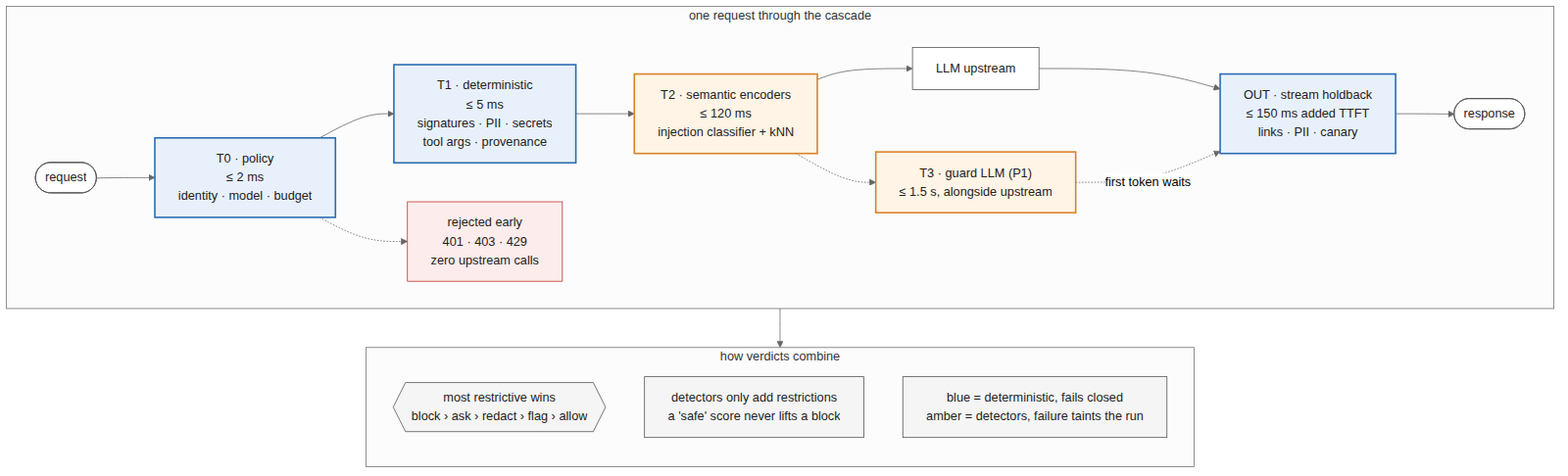
Before: diagrams/png/slide-cascade.png, a diagram exported from Mermaid (damianlech/HackYeah26). Its source is kept beside it as diagrams/src/slide-cascade.mmd.
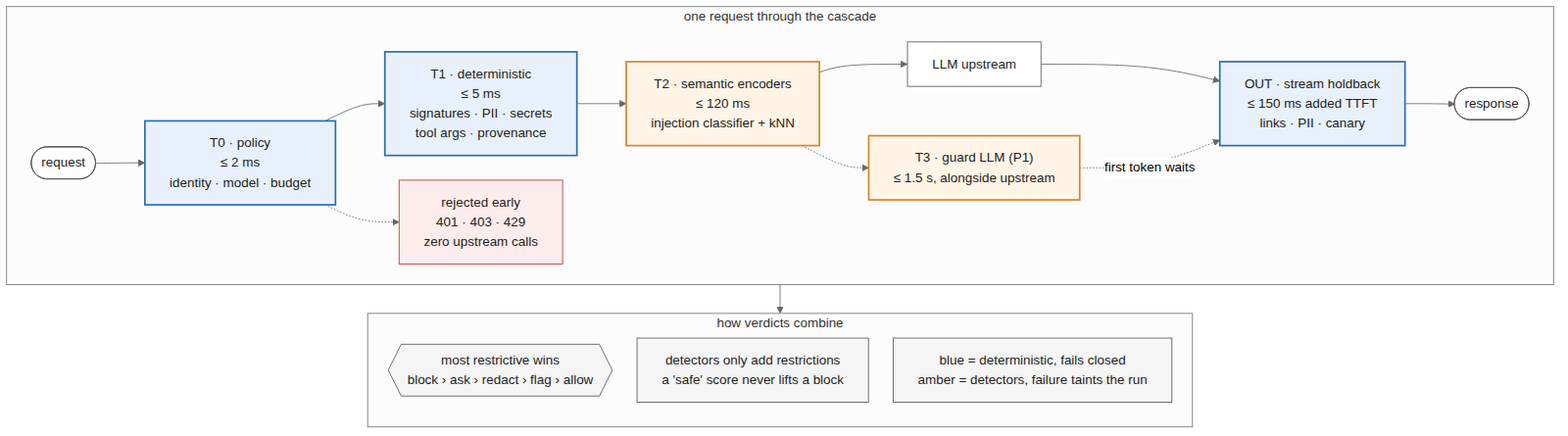
The same diagram one commit later.

The edit, as a diff of the source:
```diff
@@ -2,6 +2,8 @@
 config:
   flowchart:
     wrappingWidth: 400
+    rankSpacing: 35
+    nodeSpacing: 30
 ---
 flowchart TB
   subgraph PIPE["one request through the cascade"]
```
